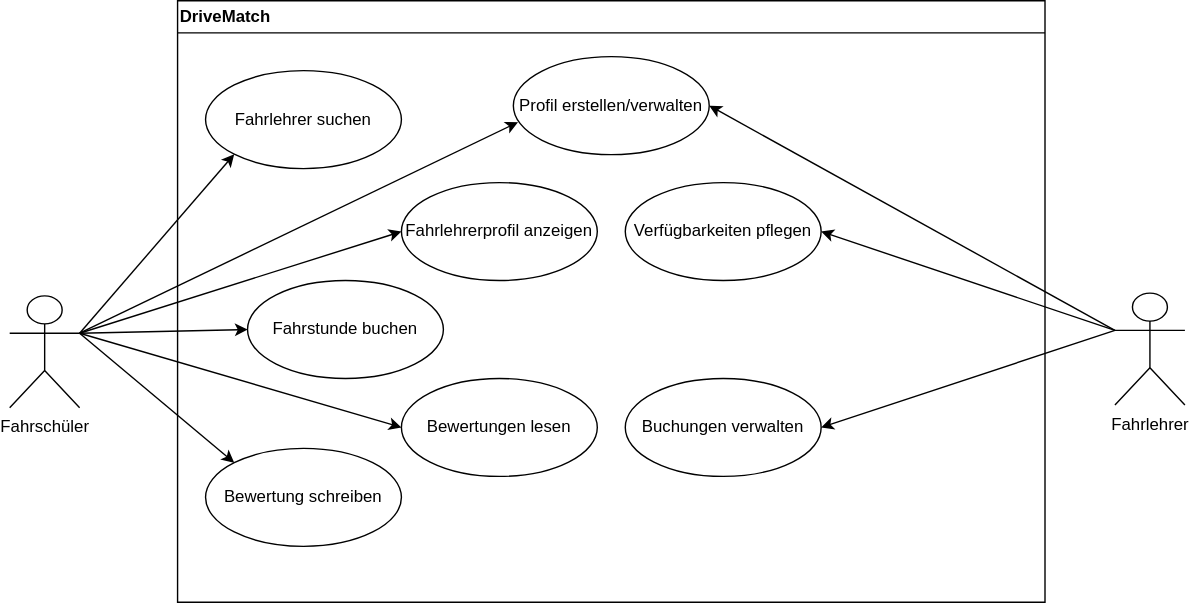
Before: doc/figures/use-case-diagram.drawio.svg, a diagram exported from draw.io (ljodzavsr/Software-Engineering-Semesterprojekt-DriveMatch). Source tidied: cells renumbered, new cells last; positions are measured from the earlier drawing's top-left corner, leaving out a move shared by most shapes.
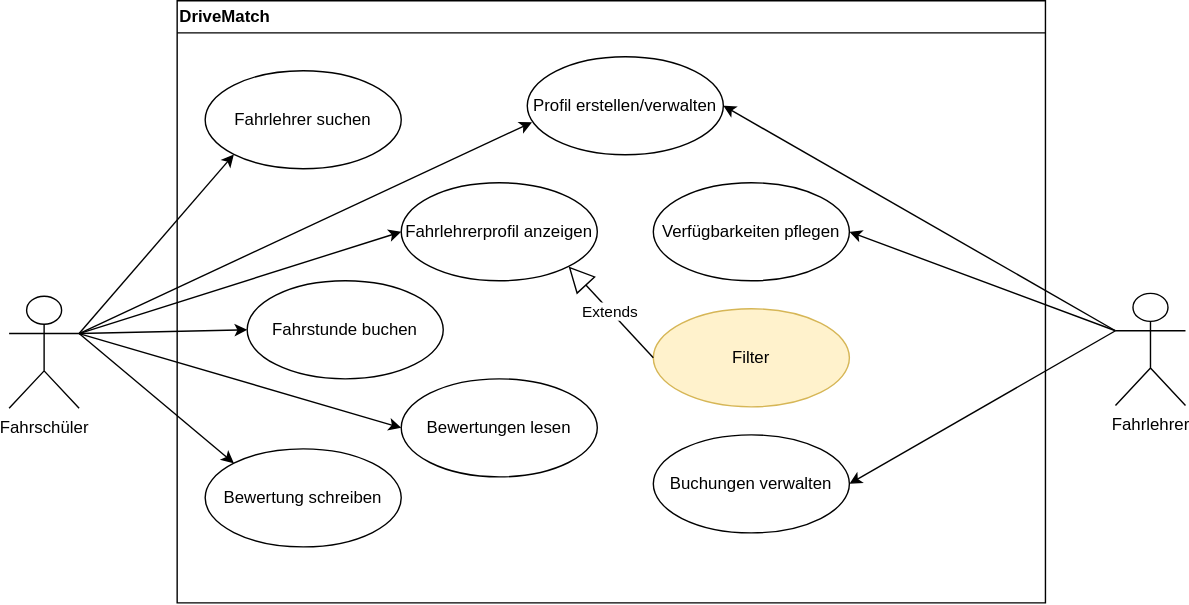
The same file after the commit.

Commit message:
Adaption Documentation Requirements

The edit, as a diff of the source:
```diff
@@ -24,14 +24,20 @@
       <mxGeometry x="160" y="270" width="140" height="70" as="geometry" />
     </mxCell>
     <mxCell id="9" value="Verfügbarkeiten pflegen" style="ellipse;whiteSpace=wrap;html=1;" parent="3" vertex="1">
-      <mxGeometry x="320" y="130" width="140" height="70" as="geometry" />
+      <mxGeometry x="340" y="130" width="140" height="70" as="geometry" />
     </mxCell>
     <mxCell id="10" value="Profil erstellen/verwalten" style="ellipse;whiteSpace=wrap;html=1;" parent="3" vertex="1">
-      <mxGeometry x="240" y="40" width="140" height="70" as="geometry" />
+      <mxGeometry x="250" y="40" width="140" height="70" as="geometry" />
     </mxCell>
     <mxCell id="11" value="Buchungen verwalten" style="ellipse;whiteSpace=wrap;html=1;" parent="3" vertex="1">
-      <mxGeometry x="320" y="270" width="140" height="70" as="geometry" />
+      <mxGeometry x="340" y="310" width="140" height="70" as="geometry" />
     </mxCell>
+    <mxCell id="22" value="Filter" style="ellipse;whiteSpace=wrap;html=1;fillColor=#fff2cc;strokeColor=#d6b656;" parent="3" vertex="1">
+      <mxGeometry x="340" y="220" width="140" height="70" as="geometry" />
+    </mxCell>
+    <mxCell id="23" value="Extends" style="endArrow=block;endSize=16;endFill=0;html=1;rounded=0;entryX=1;entryY=1;entryDx=0;entryDy=0;exitX=0;exitY=0.5;exitDx=0;exitDy=0;" parent="3" edge="1" source="22" target="7">
+      <mxGeometry relative="1" as="geometry" />
+    </mxCell>
     <mxCell id="12" value="Fahrschüler" style="shape=umlActor;verticalLabelPosition=bottom;verticalAlign=top;html=1;" parent="1" vertex="1">
       <mxGeometry y="211" width="50" height="80" as="geometry" />
     </mxCell>
```
